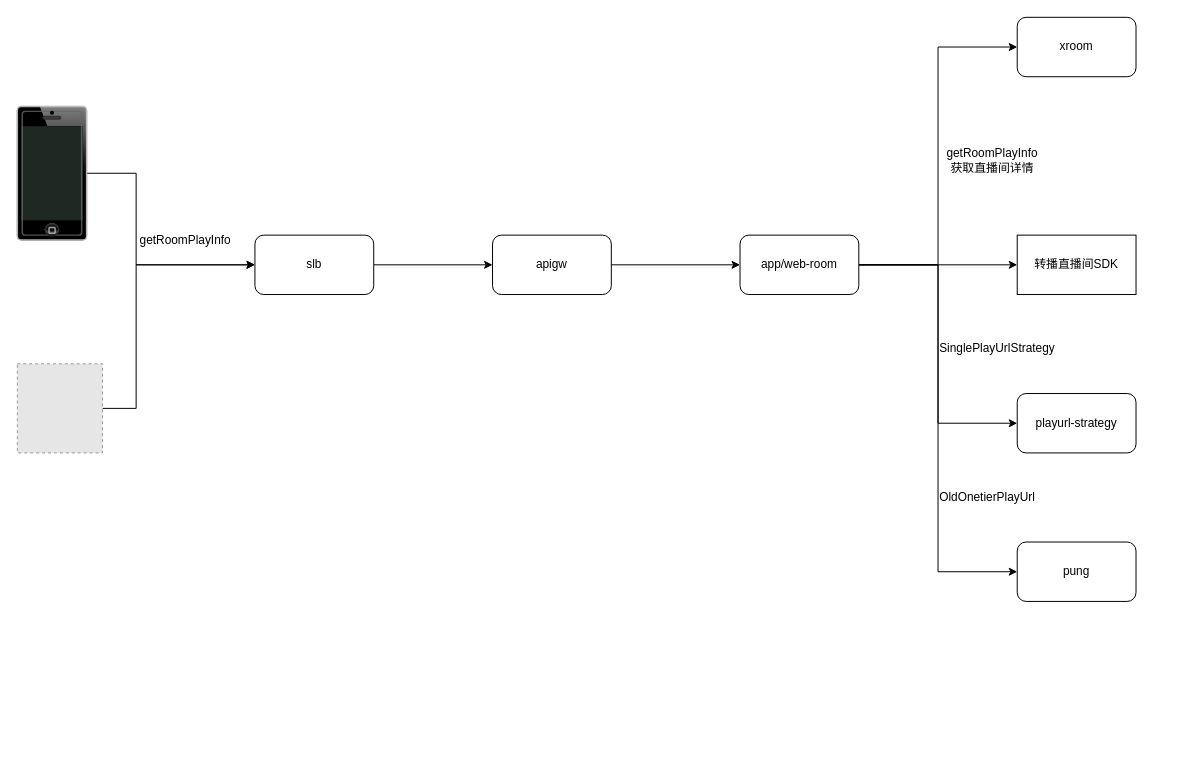
Before: P0换流地址架构图.drawio in smartcharles/tech_draw, a draw.io diagram. Source tidied: cells renumbered, new cells numbered last; positions are measured from the earlier drawing's top-left corner, leaving out a move shared by most shapes. Both pictures are drawn from the tidied source at 99%, with x=0, y=0 at pixel (17, 17). Pictures stored in the file or linked from it are replaced by grey dashed boxes.
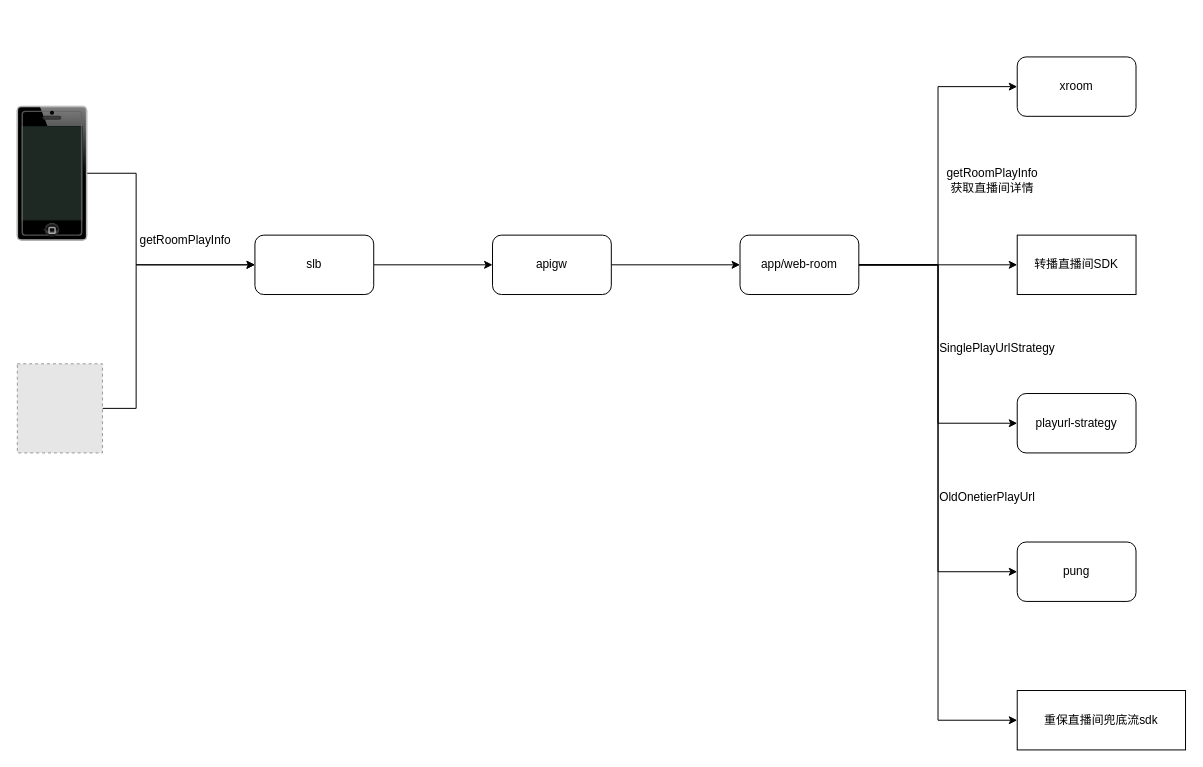
The same page after the edit.

Commit message (it also covers changes not shown here):
更新P0换流地址架构图.drawio

The change refers to these unchanged cells:
```xml
<mxCell id="10" value="app/web-room" style="rounded=1;whiteSpace=wrap;html=1;" parent="1" vertex="1">
  <mxGeometry x="730" y="220" width="120" height="60" as="geometry" />
</mxCell>
```

What changed in the source:
```diff
@@
+    <mxCell id="23" style="edgeStyle=orthogonalEdgeStyle;rounded=0;jettySize=auto;html=1;entryX=0;entryY=0.5;entryDx=0;entryDy=0;" parent="1" edge="1" source="10" target="24">
+      <mxGeometry relative="1" as="geometry" />
+    </mxCell>
@@
     <mxCell id="11" value="xroom" style="rounded=1;whiteSpace=wrap;html=1;" parent="1" vertex="1">
-      <mxGeometry x="1010" width="120" height="60" as="geometry" />
+      <mxGeometry x="1010" y="40" width="120" height="60" as="geometry" />
     </mxCell>
@@
     <mxCell id="14" value="getRoomPlayInfo获取直播间详情" style="text;html=1;whiteSpace=wrap;strokeColor=none;fillColor=none;align=center;verticalAlign=middle;rounded=0;" parent="1" vertex="1">
-      <mxGeometry x="950" y="130" width="70" height="30" as="geometry" />
+      <mxGeometry x="950" y="150" width="70" height="30" as="geometry" />
     </mxCell>
@@
+    <mxCell id="24" value="重保直播间兜底流sdk" style="rounded=0;whiteSpace=wrap;html=1;" parent="1" vertex="1">
+      <mxGeometry x="1010" y="680" width="170" height="60" as="geometry" />
+    </mxCell>
```
